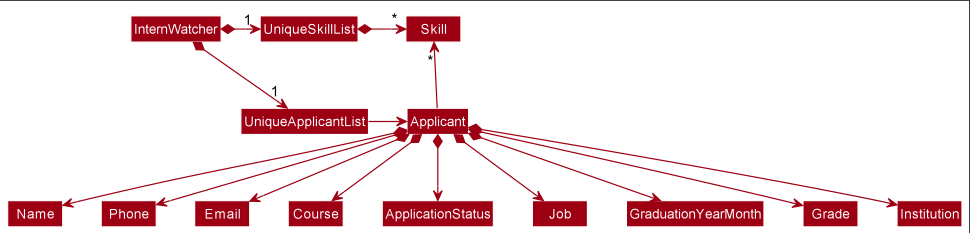
Earlier version of the PlantUML export docs/images/BetterModelClassDiagram.png (yunpeng1234/tp). Its source is kept beside it as docs/diagrams/BetterModelClassDiagram.puml. Its diagram source:
```plantuml
@startuml
!include style.puml
skinparam arrowThickness 1.1
skinparam arrowColor MODEL_COLOR
skinparam classBackgroundColor MODEL_COLOR

InternWatcher *-right-> "1" UniqueApplicantList
InternWatcher *-right-> "1" UniqueSkillList
UniqueSkillList -[hidden]down- UniqueApplicantList
UniqueSkillList -[hidden]down- UniqueApplicantList

UniqueSkillList *-right-> "*" Skill
UniqueApplicantList -right-> Applicant

Applicant -up-> "*" Skill

Applicant *--> Name
Applicant *--> Phone
Applicant *--> Email
Applicant *--> Course
Applicant *--> ApplicationStatus
Applicant *--> Job
Applicant *--> GraduationYearMonth
Applicant *--> Grade
Applicant *--> Institution

@enduml
```
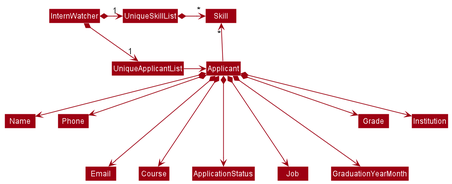
Above is the later version.

What changed in the source:
```diff
@@ -16,11 +16,11 @@
 
 Applicant *--> Name
 Applicant *--> Phone
-Applicant *--> Email
-Applicant *--> Course
-Applicant *--> ApplicationStatus
-Applicant *--> Job
-Applicant *--> GraduationYearMonth
+Applicant *---> Email
+Applicant *---> Course
+Applicant *---> ApplicationStatus
+Applicant *---> Job
+Applicant *---> GraduationYearMonth
 Applicant *--> Grade
 Applicant *--> Institution
 
```
